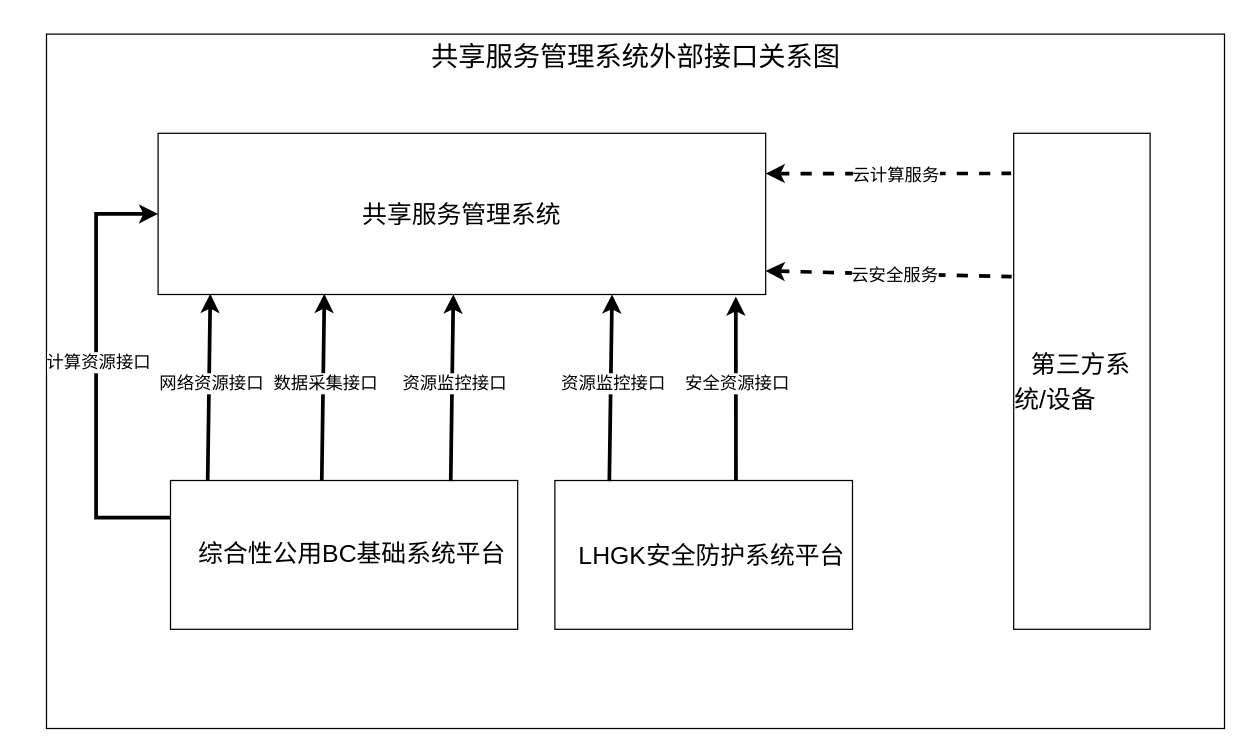
Earlier version of the draw.io diagram 安全资源仓库-外部接口.drawio (J0o1h/draw.io). Source tidied: cells renumbered, new cells numbered last; positions are measured from the earlier drawing's top-left corner, leaving out a move shared by most shapes. Both pictures are drawn from the tidied source at 124%, with x=0, y=0 at pixel (46, 33).
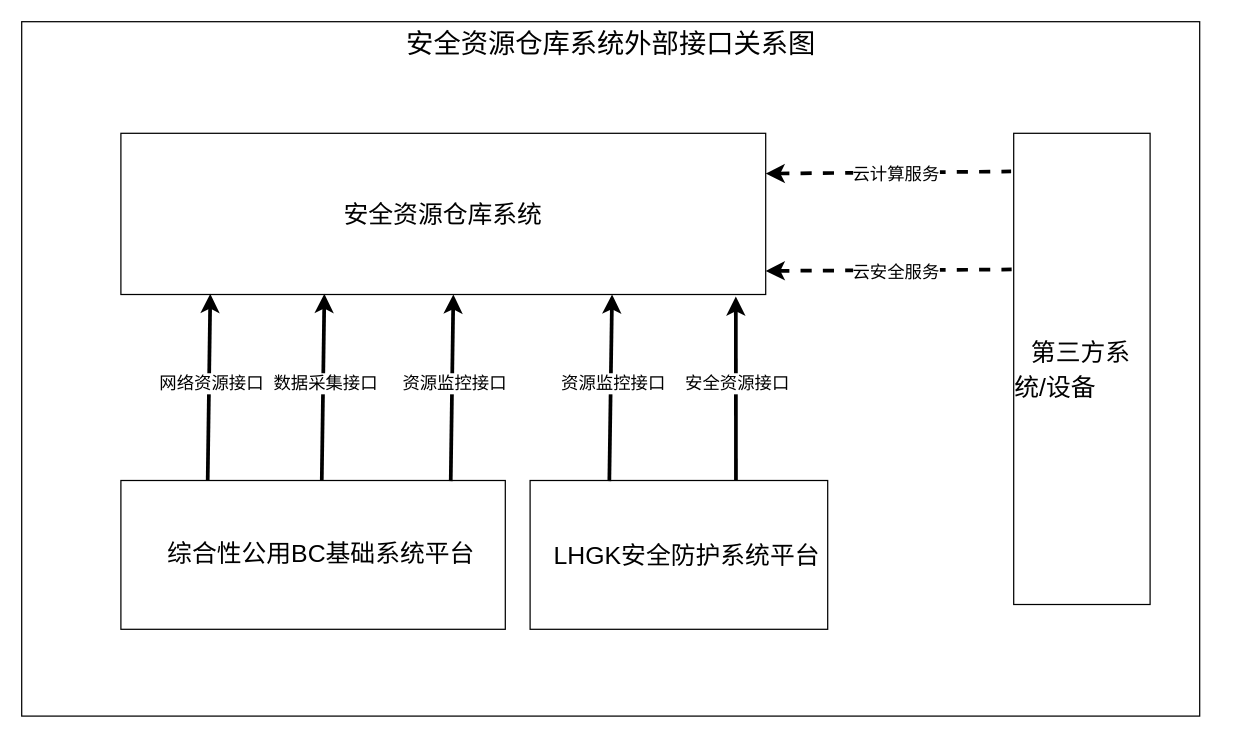
After the change.

Commit message (it also covers changes not shown here):
Update 安全资源仓库-外部接口.drawio

What changed in the source:
```diff
@@
-    <mxCell id="2" value="共享服务管理系统外部接口关系图" style="rounded=0;html=1;align=center;labelPosition=center;verticalLabelPosition=top;verticalAlign=bottom;spacing=-32;fontSize=22;" parent="1" vertex="1">
-      <mxGeometry width="950" height="560" as="geometry" />
+    <mxCell id="2" value="安全资源仓库系统外部接口关系图" style="rounded=0;html=1;align=center;labelPosition=center;verticalLabelPosition=top;verticalAlign=bottom;spacing=-32;fontSize=22;" parent="1" vertex="1">
+      <mxGeometry x="-20" y="-10" width="950" height="560" as="geometry" />
     </mxCell>
-    <mxCell id="3" value="&lt;font style=&quot;font-size: 20px;&quot;&gt;共享服务管理系统&lt;/font&gt;" style="rounded=0;whiteSpace=wrap;html=1;" parent="1" vertex="1">
-      <mxGeometry x="90" y="80" width="490" height="130" as="geometry" />
+    <mxCell id="3" value="&lt;font style=&quot;font-size: 20px;&quot;&gt;安全资源仓库系统&lt;/font&gt;" style="rounded=0;whiteSpace=wrap;html=1;" parent="1" vertex="1">
+      <mxGeometry x="60" y="80" width="520" height="130" as="geometry" />
     </mxCell>
     <mxCell id="4" value="&lt;p style=&quot;margin: 0pt 0pt 0.0001pt; text-indent: 10pt; line-height: 28px; font-family: 仿宋; font-size: 20px; text-align: start;&quot; class=&quot;MsoNormal&quot;&gt;LHGK安全防护系统&lt;span style=&quot;&quot;&gt;平台&lt;/span&gt;&lt;/p&gt;" style="rounded=0;whiteSpace=wrap;html=1;" parent="1" vertex="1">
-      <mxGeometry x="410" y="360" width="240" height="120" as="geometry" />
+      <mxGeometry x="390" y="360" width="240" height="120" as="geometry" />
     </mxCell>
     <mxCell id="5" value="&lt;p style=&quot;margin: 0pt 0pt 0.0001pt; text-indent: 10pt; line-height: 28px; font-family: 仿宋; text-align: start;&quot; class=&quot;MsoNormal&quot;&gt;&lt;font style=&quot;font-size: 20px;&quot;&gt;综合性公用BC基础系统平台&lt;/font&gt;&lt;/p&gt;" style="rounded=0;whiteSpace=wrap;html=1;" parent="1" vertex="1">
-      <mxGeometry x="100" y="360" width="280" height="120" as="geometry" />
+      <mxGeometry x="60" y="360" width="310" height="120" as="geometry" />
     </mxCell>
@@
-    <mxCell id="10" style="endArrow=classic;startArrow=none;html=1;rounded=0;strokeWidth=3;startFill=0;exitX=0;exitY=0.25;exitDx=0;exitDy=0;entryX=0;entryY=0.5;entryDx=0;entryDy=0;edgeStyle=orthogonalEdgeStyle;" parent="1" edge="1" source="5" target="3">
-      <mxGeometry relative="1" as="geometry">
-        <Array as="points">
-          <mxPoint x="40" y="390" />
-          <mxPoint x="40" y="145" />
-        </Array>
-      </mxGeometry>
-    </mxCell>
-    <mxCell id="11" value="计算资源接口" style="edgeLabel;html=1;align=center;verticalAlign=middle;fontSize=14;" parent="10" vertex="1">
-      <mxGeometry x="0.05" y="-1" relative="1" as="geometry" />
-    </mxCell>
     <mxCell id="12" value="&lt;p style=&quot;margin: 0pt 0pt 0.0001pt; text-indent: 10pt; line-height: 28px; font-family: 仿宋; font-size: 20px; text-align: start;&quot; class=&quot;MsoNormal&quot;&gt;&lt;font style=&quot;font-size: 20px;&quot; face=&quot;仿宋&quot;&gt;第三方系统&lt;/font&gt;&lt;font style=&quot;font-size: 20px;&quot; face=&quot;仿宋&quot;&gt;/设备&lt;/font&gt;&lt;/p&gt;" style="rounded=0;whiteSpace=wrap;html=1;horizontal=1;textDirection=ltr;" parent="1" vertex="1">
-      <mxGeometry x="780" y="80" width="110" height="400" as="geometry" />
+      <mxGeometry x="780" y="80" width="110" height="380" as="geometry" />
     </mxCell>
```
